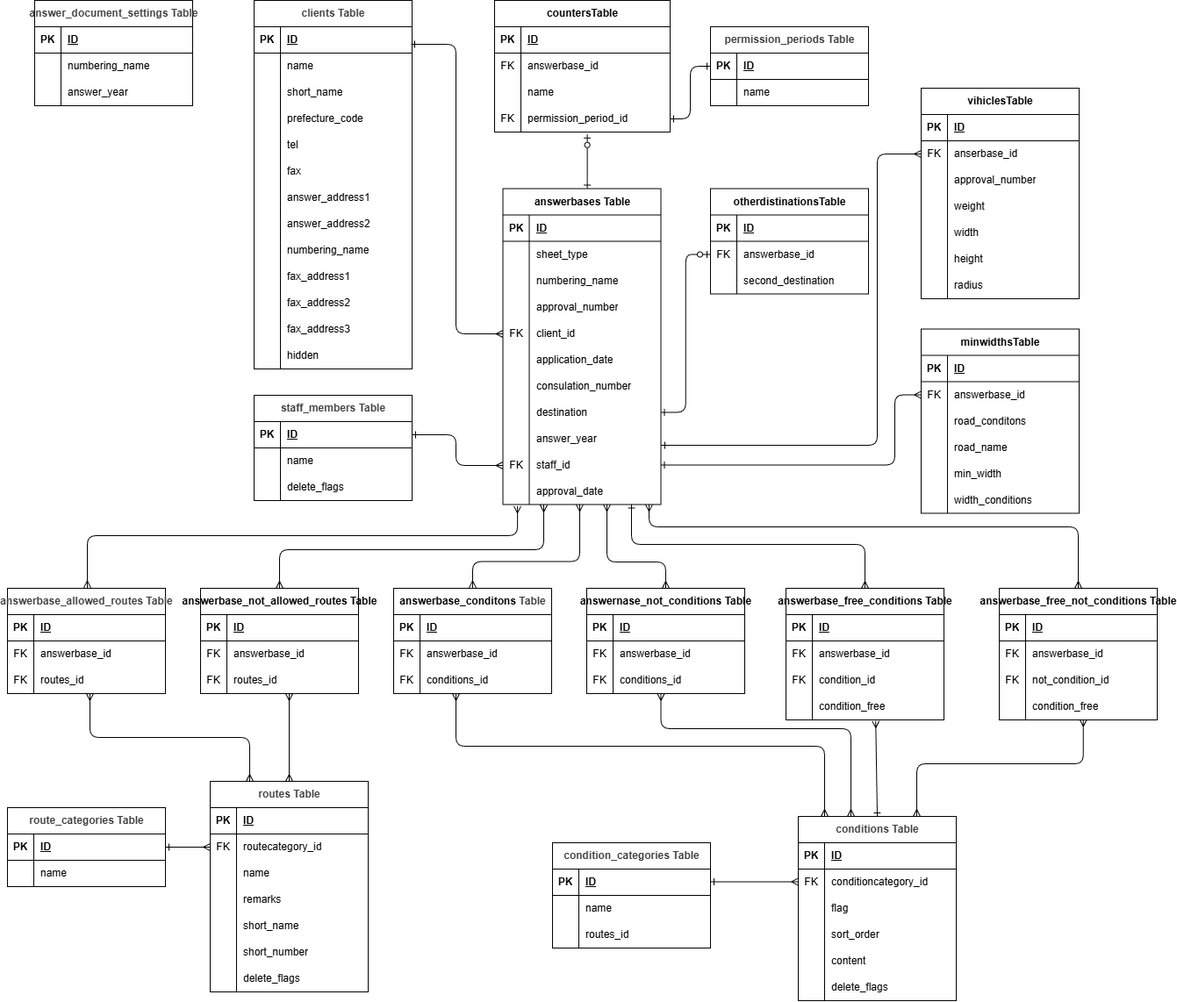
Before: ER.drawio.png, a diagram exported from draw.io (onodera-j/Tokusha). Source tidied: cells renumbered, new cells last; positions are measured from the earlier drawing's top-left corner, leaving out a move shared by most shapes.
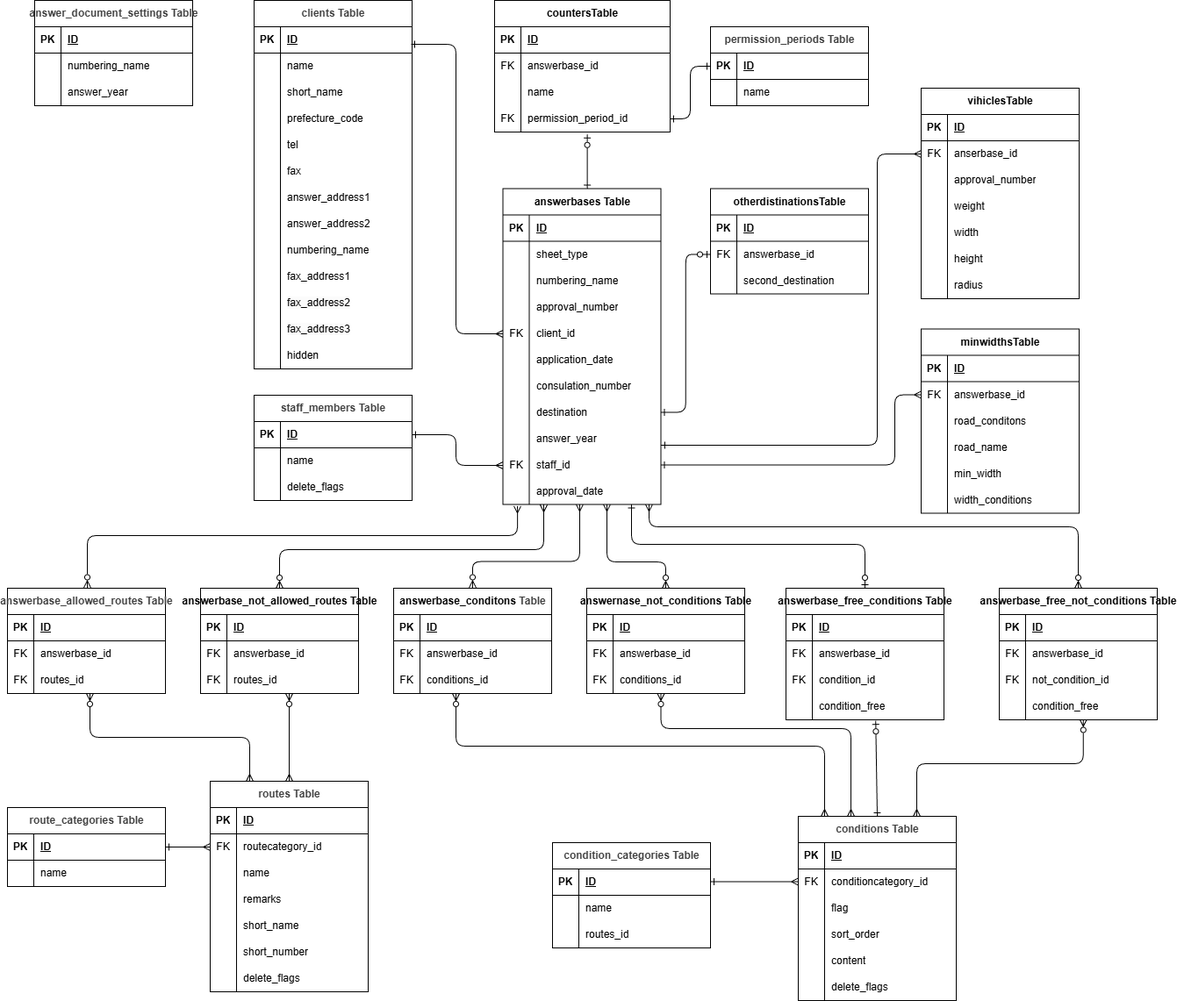
The same diagram one commit later.

Diff of the diagram source:
```diff
@@ -421,7 +421,7 @@
     <mxCell id="140" value="conditions_id" style="shape=partialRectangle;fillColor=none;top=0;left=0;bottom=0;right=0;align=left;spacingLeft=6;overflow=hidden;whiteSpace=wrap;html=1;" parent="138" vertex="1">
       <mxGeometry x="30" width="150" height="30" as="geometry" />
     </mxCell>
-    <mxCell id="141" style="edgeStyle=orthogonalEdgeStyle;html=1;exitX=0.25;exitY=0;exitDx=0;exitDy=0;entryX=0.522;entryY=1;entryDx=0;entryDy=0;entryPerimeter=0;endArrow=ERmany;endFill=0;startArrow=ERmany;startFill=0;" parent="1" edge="1" source="142" target="98">
+    <mxCell id="141" style="edgeStyle=orthogonalEdgeStyle;html=1;exitX=0.25;exitY=0;exitDx=0;exitDy=0;entryX=0.522;entryY=1;entryDx=0;entryDy=0;entryPerimeter=0;endArrow=ERzeroToMany;endFill=0;startArrow=ERmany;startFill=0;" parent="1" edge="1" source="142" target="98">
       <mxGeometry relative="1" as="geometry" />
     </mxCell>
     <mxCell id="142" value="&lt;span style=&quot;color: rgb(63, 63, 63); background-color: transparent;&quot;&gt;routes Table&lt;/span&gt;" style="shape=table;startSize=30;rowLines=0;fontStyle=1;align=center;html=1;" parent="1" vertex="1">
@@ -889,7 +889,7 @@
         <mxPoint x="901" y="1004.5" as="targetPoint" />
       </mxGeometry>
     </mxCell>
-    <mxCell id="296" style="edgeStyle=orthogonalEdgeStyle;html=1;exitX=1;exitY=0.5;exitDx=0;exitDy=0;entryX=0;entryY=0.5;entryDx=0;entryDy=0;startArrow=ERone;startFill=0;endArrow=ERone;endFill=0;" parent="1" edge="1" source="x" target="262">
+    <mxCell id="296" style="edgeStyle=orthogonalEdgeStyle;html=1;exitX=1;exitY=0.5;exitDx=0;exitDy=0;entryX=0;entryY=0.5;entryDx=0;entryDy=0;startArrow=ERone;startFill=0;endArrow=ERone;endFill=0;" parent="1" edge="1" target="262">
       <mxGeometry relative="1" as="geometry" />
     </mxCell>
     <mxCell id="297" style="edgeStyle=orthogonalEdgeStyle;html=1;exitX=1;exitY=0.5;exitDx=0;exitDy=0;startArrow=ERone;startFill=0;endArrow=ERmany;endFill=0;" parent="1" edge="1" target="29">
@@ -929,12 +929,12 @@
         </Array>
       </mxGeometry>
     </mxCell>
-    <mxCell id="302" style="html=1;entryX=0.522;entryY=1;entryDx=0;entryDy=0;entryPerimeter=0;endArrow=ERmany;endFill=0;startArrow=ERmany;startFill=0;" parent="1" edge="1" source="142">
+    <mxCell id="302" style="html=1;entryX=0.522;entryY=1;entryDx=0;entryDy=0;entryPerimeter=0;endArrow=ERzeroToMany;endFill=0;startArrow=ERmany;startFill=0;" parent="1" edge="1" source="142">
       <mxGeometry relative="1" as="geometry">
         <mxPoint x="321" y="790" as="targetPoint" />
       </mxGeometry>
     </mxCell>
-    <mxCell id="303" style="edgeStyle=orthogonalEdgeStyle;html=1;entryX=0.522;entryY=1;entryDx=0;entryDy=0;entryPerimeter=0;endArrow=ERmany;endFill=0;startArrow=ERmany;startFill=0;" parent="1" edge="1">
+    <mxCell id="303" style="edgeStyle=orthogonalEdgeStyle;html=1;entryX=0.522;entryY=1;entryDx=0;entryDy=0;entryPerimeter=0;endArrow=ERzeroToMany;endFill=0;startArrow=ERmany;startFill=0;" parent="1" edge="1">
       <mxGeometry relative="1" as="geometry">
         <mxPoint x="931" y="930" as="sourcePoint" />
         <mxPoint x="511" y="790" as="targetPoint" />
@@ -945,7 +945,7 @@
         </Array>
       </mxGeometry>
     </mxCell>
-    <mxCell id="304" style="edgeStyle=orthogonalEdgeStyle;html=1;entryX=0.522;entryY=1;entryDx=0;entryDy=0;entryPerimeter=0;endArrow=ERmany;endFill=0;startArrow=ERmany;startFill=0;" parent="1" edge="1">
+    <mxCell id="304" style="edgeStyle=orthogonalEdgeStyle;html=1;entryX=0.522;entryY=1;entryDx=0;entryDy=0;entryPerimeter=0;endArrow=ERzeroToMany;endFill=0;startArrow=ERmany;startFill=0;" parent="1" edge="1">
       <mxGeometry relative="1" as="geometry">
         <mxPoint x="961" y="930" as="sourcePoint" />
         <mxPoint x="744.5" y="790" as="targetPoint" />
@@ -956,10 +956,10 @@
         </Array>
       </mxGeometry>
     </mxCell>
-    <mxCell id="305" style="html=1;entryX=0.568;entryY=1.039;entryDx=0;entryDy=0;entryPerimeter=0;endArrow=ERmany;endFill=0;startArrow=ERone;startFill=0;exitX=0.5;exitY=0;exitDx=0;exitDy=0;" parent="1" edge="1" source="221" target="278">
+    <mxCell id="305" style="html=1;entryX=0.568;entryY=1.039;entryDx=0;entryDy=0;entryPerimeter=0;endArrow=ERzeroToOne;endFill=0;startArrow=ERone;startFill=0;exitX=0.5;exitY=0;exitDx=0;exitDy=0;" parent="1" edge="1" source="221" target="278">
       <mxGeometry relative="1" as="geometry" />
     </mxCell>
-    <mxCell id="306" style="edgeStyle=orthogonalEdgeStyle;html=1;entryX=0.532;entryY=0.983;entryDx=0;entryDy=0;entryPerimeter=0;endArrow=ERmany;endFill=0;startArrow=ERmany;startFill=0;exitX=0.75;exitY=0;exitDx=0;exitDy=0;" parent="1" edge="1" source="221" target="291">
+    <mxCell id="306" style="edgeStyle=orthogonalEdgeStyle;html=1;entryX=0.532;entryY=0.983;entryDx=0;entryDy=0;entryPerimeter=0;endArrow=ERzeroToMany;endFill=0;startArrow=ERmany;startFill=0;exitX=0.75;exitY=0;exitDx=0;exitDy=0;" parent="1" edge="1" source="221" target="291">
       <mxGeometry relative="1" as="geometry">
         <Array as="points">
           <mxPoint x="1036" y="870" />
@@ -967,7 +967,7 @@
         </Array>
       </mxGeometry>
     </mxCell>
-    <mxCell id="307" style="edgeStyle=orthogonalEdgeStyle;html=1;entryX=0.532;entryY=0.983;entryDx=0;entryDy=0;entryPerimeter=0;endArrow=ERmany;endFill=0;startArrow=ERmany;startFill=0;exitX=0.5;exitY=0;exitDx=0;exitDy=0;" parent="1" edge="1" source="111">
+    <mxCell id="307" style="edgeStyle=orthogonalEdgeStyle;html=1;entryX=0.532;entryY=0.983;entryDx=0;entryDy=0;entryPerimeter=0;endArrow=ERmany;endFill=0;startArrow=ERzeroToMany;startFill=0;exitX=0.5;exitY=0;exitDx=0;exitDy=0;" parent="1" edge="1" source="111">
       <mxGeometry relative="1" as="geometry">
         <mxPoint x="611" y="575" as="targetPoint" />
         <Array as="points">
@@ -976,7 +976,7 @@
         </Array>
       </mxGeometry>
     </mxCell>
-    <mxCell id="308" style="edgeStyle=orthogonalEdgeStyle;html=1;entryX=0.532;entryY=0.983;entryDx=0;entryDy=0;entryPerimeter=0;endArrow=ERmany;endFill=0;startArrow=ERmany;startFill=0;exitX=0.5;exitY=0;exitDx=0;exitDy=0;" parent="1" edge="1">
+    <mxCell id="308" style="edgeStyle=orthogonalEdgeStyle;html=1;entryX=0.532;entryY=0.983;entryDx=0;entryDy=0;entryPerimeter=0;endArrow=ERmany;endFill=0;startArrow=ERzeroToMany;startFill=0;exitX=0.5;exitY=0;exitDx=0;exitDy=0;" parent="1" edge="1">
       <mxGeometry relative="1" as="geometry">
         <mxPoint x="530" y="669.5" as="sourcePoint" />
         <mxPoint x="652" y="574.5" as="targetPoint" />
@@ -986,7 +986,7 @@
         </Array>
       </mxGeometry>
     </mxCell>
-    <mxCell id="309" style="edgeStyle=orthogonalEdgeStyle;html=1;entryX=0.092;entryY=1.064;entryDx=0;entryDy=0;entryPerimeter=0;endArrow=ERmany;endFill=0;startArrow=ERmany;startFill=0;" parent="1" edge="1" target="47">
+    <mxCell id="309" style="edgeStyle=orthogonalEdgeStyle;html=1;entryX=0.092;entryY=1.064;entryDx=0;entryDy=0;entryPerimeter=0;endArrow=ERmany;endFill=0;startArrow=ERzeroToMany;startFill=0;" parent="1" edge="1" target="47">
       <mxGeometry relative="1" as="geometry">
         <mxPoint x="91" y="669.5" as="sourcePoint" />
         <Array as="points">
@@ -995,7 +995,7 @@
         </Array>
       </mxGeometry>
     </mxCell>
-    <mxCell id="310" style="edgeStyle=orthogonalEdgeStyle;html=1;entryX=0.532;entryY=0.983;entryDx=0;entryDy=0;entryPerimeter=0;endArrow=ERmany;endFill=0;startArrow=ERmany;startFill=0;exitX=0.5;exitY=0;exitDx=0;exitDy=0;" parent="1" edge="1" source="101">
+    <mxCell id="310" style="edgeStyle=orthogonalEdgeStyle;html=1;entryX=0.532;entryY=0.983;entryDx=0;entryDy=0;entryPerimeter=0;endArrow=ERmany;endFill=0;startArrow=ERzeroToMany;startFill=0;exitX=0.5;exitY=0;exitDx=0;exitDy=0;" parent="1" edge="1" source="101">
       <mxGeometry relative="1" as="geometry">
         <mxPoint x="683" y="574.5" as="targetPoint" />
         <Array as="points">
@@ -1004,7 +1004,7 @@
         </Array>
       </mxGeometry>
     </mxCell>
-    <mxCell id="311" style="edgeStyle=orthogonalEdgeStyle;html=1;entryX=0.532;entryY=0.983;entryDx=0;entryDy=0;entryPerimeter=0;endArrow=ERone;endFill=0;startArrow=ERmany;startFill=0;exitX=0.5;exitY=0;exitDx=0;exitDy=0;" parent="1" edge="1" source="268">
+    <mxCell id="311" style="edgeStyle=orthogonalEdgeStyle;html=1;entryX=0.532;entryY=0.983;entryDx=0;entryDy=0;entryPerimeter=0;endArrow=ERone;endFill=0;startArrow=ERzeroToOne;startFill=0;exitX=0.5;exitY=0;exitDx=0;exitDy=0;" parent="1" edge="1" source="268">
       <mxGeometry relative="1" as="geometry">
         <mxPoint x="711" y="574.5" as="targetPoint" />
         <Array as="points">
@@ -1013,7 +1013,7 @@
         </Array>
       </mxGeometry>
     </mxCell>
-    <mxCell id="312" style="edgeStyle=orthogonalEdgeStyle;html=1;entryX=0.532;entryY=0.983;entryDx=0;entryDy=0;entryPerimeter=0;endArrow=ERmany;endFill=0;startArrow=ERmany;startFill=0;exitX=0.5;exitY=0;exitDx=0;exitDy=0;" parent="1" edge="1" source="281">
+    <mxCell id="312" style="edgeStyle=orthogonalEdgeStyle;html=1;entryX=0.532;entryY=0.983;entryDx=0;entryDy=0;entryPerimeter=0;endArrow=ERmany;endFill=0;startArrow=ERzeroToMany;startFill=0;exitX=0.5;exitY=0;exitDx=0;exitDy=0;" parent="1" edge="1" source="281">
       <mxGeometry relative="1" as="geometry">
         <mxPoint x="731" y="574.5" as="targetPoint" />
         <Array as="points">
```
